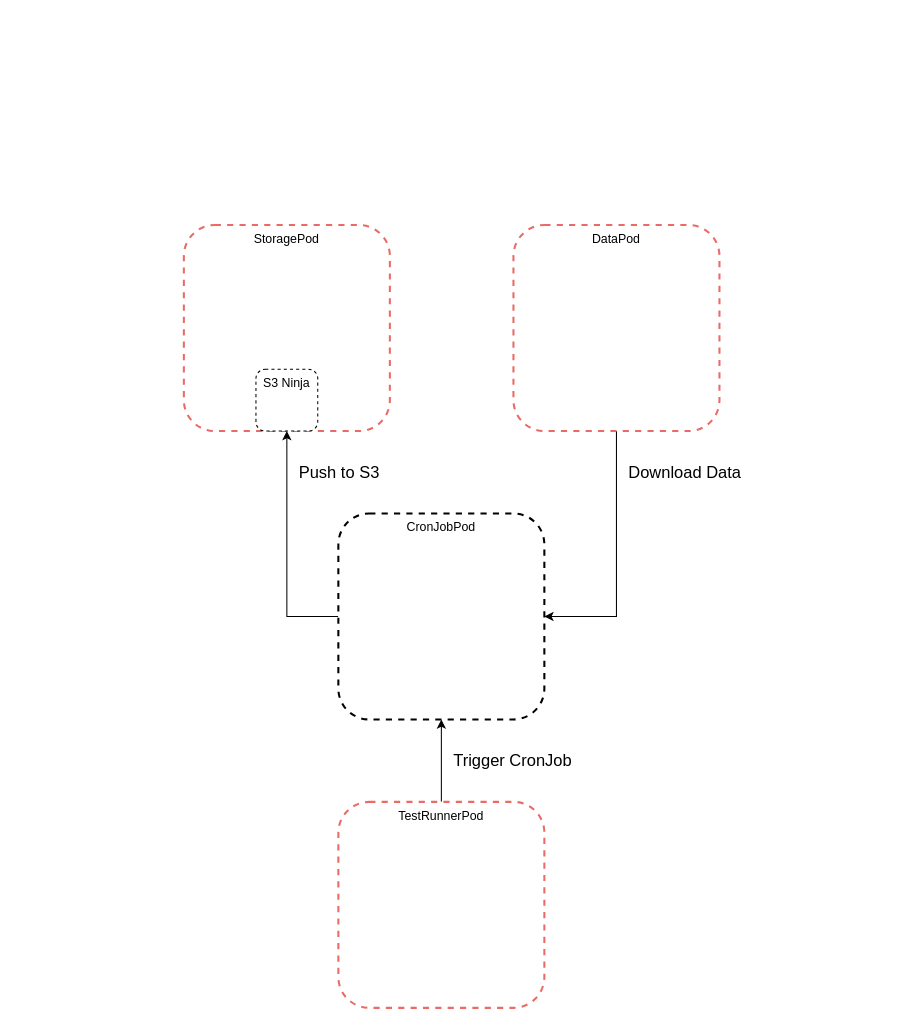
The draw.io diagram Helm_CronJob_Testing.drawio in chronicc/diagrams, before the edit. Source tidied: cells renumbered, new cells numbered last; positions are measured from the earlier drawing's top-left corner, leaving out a move shared by most shapes. Both pictures are drawn from the tidied source at 103%, with x=0, y=0 at pixel (183, 225).
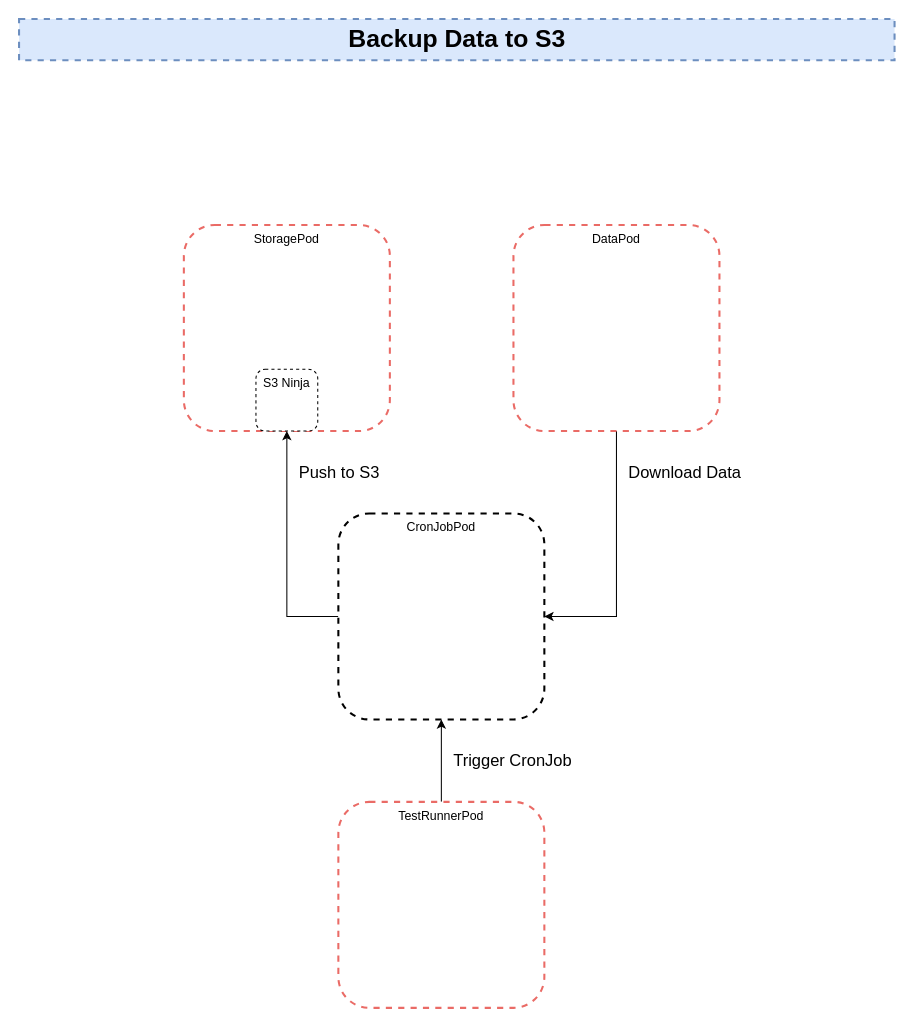
After the change.

Change to the diagram source:
```diff
@@
 <mxGraphModel>
   <root>
     <mxCell id="0" />
     <mxCell id="1" parent="0" />
     <mxCell id="2" value="StoragePod" style="rounded=1;whiteSpace=wrap;html=1;verticalAlign=top;dashed=1;strokeColor=#EA6B66;strokeWidth=2;" parent="1" vertex="1">
       <mxGeometry width="200" height="200" as="geometry" />
     </mxCell>
     <mxCell id="3" style="edgeStyle=orthogonalEdgeStyle;rounded=0;jettySize=auto;html=1;exitX=0.5;exitY=1;exitDx=0;exitDy=0;entryX=1;entryY=0.5;entryDx=0;entryDy=0;" parent="1" edge="1" source="4" target="7">
       <mxGeometry relative="1" as="geometry" />
     </mxCell>
     <mxCell id="4" value="DataPod" style="rounded=1;whiteSpace=wrap;html=1;dashed=1;verticalAlign=top;strokeColor=#EA6B66;strokeWidth=2;" parent="1" vertex="1">
       <mxGeometry x="320" width="200" height="200" as="geometry" />
     </mxCell>
     <mxCell id="5" value="S3 Ninja" style="rounded=1;whiteSpace=wrap;html=1;dashed=1;verticalAlign=top;" parent="1" vertex="1">
       <mxGeometry x="70" y="140" width="60" height="60" as="geometry" />
     </mxCell>
     <mxCell id="6" style="edgeStyle=orthogonalEdgeStyle;rounded=0;jettySize=auto;html=1;exitX=0;exitY=0.5;exitDx=0;exitDy=0;entryX=0.5;entryY=1;entryDx=0;entryDy=0;" parent="1" edge="1" source="7" target="5">
       <mxGeometry relative="1" as="geometry" />
     </mxCell>
     <mxCell id="7" value="CronJobPod" style="rounded=1;whiteSpace=wrap;html=1;dashed=1;verticalAlign=top;strokeWidth=2;" parent="1" vertex="1">
       <mxGeometry x="150" y="280" width="200" height="200" as="geometry" />
     </mxCell>
     <mxCell id="8" style="edgeStyle=orthogonalEdgeStyle;rounded=0;jettySize=auto;html=1;exitX=0.5;exitY=0;exitDx=0;exitDy=0;entryX=0.5;entryY=1;entryDx=0;entryDy=0;" parent="1" edge="1" source="9" target="7">
       <mxGeometry relative="1" as="geometry" />
     </mxCell>
     <mxCell id="9" value="TestRunnerPod" style="rounded=1;whiteSpace=wrap;html=1;dashed=1;verticalAlign=top;strokeColor=#EA6B66;strokeWidth=2;" parent="1" vertex="1">
       <mxGeometry x="150" y="560" width="200" height="200" as="geometry" />
     </mxCell>
     <mxCell id="10" value="Trigger CronJob" style="text;strokeColor=none;fillColor=none;html=1;fontSize=16;fontStyle=0;verticalAlign=middle;align=left;dashed=1;" parent="1" vertex="1">
       <mxGeometry x="260" y="500" width="140" height="40" as="geometry" />
     </mxCell>
     <mxCell id="11" value="Download Data" style="text;strokeColor=none;fillColor=none;html=1;fontSize=16;fontStyle=0;verticalAlign=middle;align=left;dashed=1;" parent="1" vertex="1">
       <mxGeometry x="430" y="220" width="140" height="40" as="geometry" />
     </mxCell>
     <mxCell id="12" value="Push to S3" style="text;strokeColor=none;fillColor=none;html=1;fontSize=16;fontStyle=0;verticalAlign=middle;align=left;dashed=1;" parent="1" vertex="1">
       <mxGeometry x="110" y="220" width="140" height="40" as="geometry" />
     </mxCell>
+    <mxCell id="13" value="Backup Data to S3" style="text;strokeColor=#6c8ebf;fillColor=#dae8fc;html=1;fontSize=24;fontStyle=1;verticalAlign=middle;align=center;dashed=1;strokeWidth=2;" parent="1" vertex="1">
+      <mxGeometry x="-160" y="-200" width="850" height="40" as="geometry" />
+    </mxCell>
   </root>
 </mxGraphModel>
```
